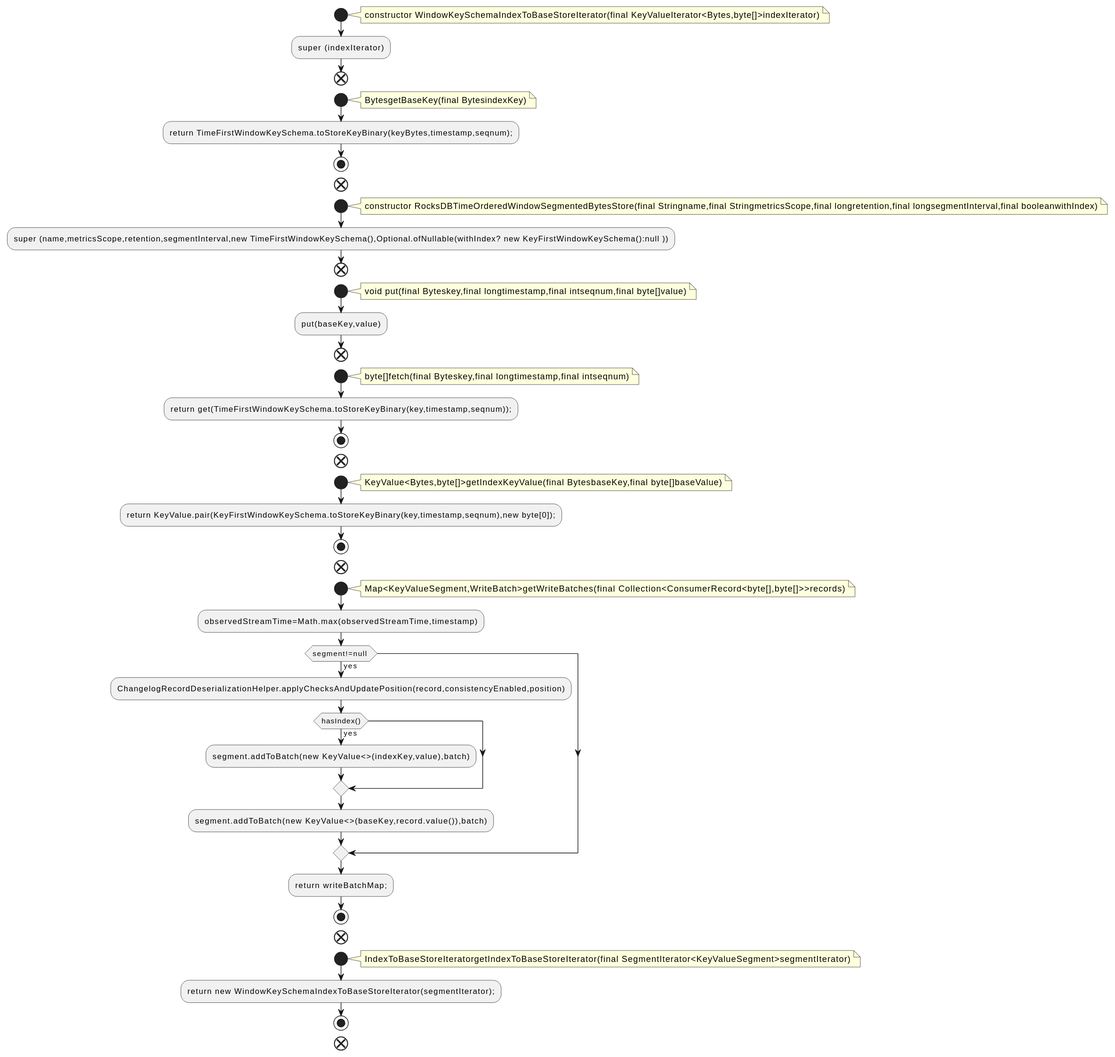
Above: docs/qc/streams/src/main/java/org/apache/kafka/streams/state/internals/RocksDBTimeOrderedWindowSegmentedBytesStore.java.fct.svg in qualitesys/kafka (PlantUML), before the change. Source of this version:
```plantuml
@startuml
!pragma layout smetana
start
note right
constructor WindowKeySchemaIndexToBaseStoreIterator(final KeyValueIterator<Bytes,byte[]>indexIterator)
end note
:super (indexIterator);
end
start
note right
BytesgetBaseKey(final BytesindexKey)
end note
:return TimeFirstWindowKeySchema.toStoreKeyBinary(keyBytes,timestamp,seqnum);;
stop
end
start
note right
constructor RocksDBTimeOrderedWindowSegmentedBytesStore(final Stringname,final StringmetricsScope,final longretention,final longsegmentInterval,final booleanwithIndex)
end note
:super (name,metricsScope,retention,segmentInterval,new TimeFirstWindowKeySchema(),Optional.ofNullable(withIndex? new KeyFirstWindowKeySchema():null ));
end
start
note right
void put(final Byteskey,final longtimestamp,final intseqnum,final byte[]value)
end note
:put(baseKey,value);
end
start
note right
byte[]fetch(final Byteskey,final longtimestamp,final intseqnum)
end note
:return get(TimeFirstWindowKeySchema.toStoreKeyBinary(key,timestamp,seqnum));;
stop
end
start
note right
KeyValue<Bytes,byte[]>getIndexKeyValue(final BytesbaseKey,final byte[]baseValue)
end note
:return KeyValue.pair(KeyFirstWindowKeySchema.toStoreKeyBinary(key,timestamp,seqnum),new byte[0]);;
stop
end
start
note right
Map<KeyValueSegment,WriteBatch>getWriteBatches(final Collection<ConsumerRecord<byte[],byte[]>>records)
end note
:observedStreamTime=Math.max(observedStreamTime,timestamp);
if (segment!=null ) then (yes)
:ChangelogRecordDeserializationHelper.applyChecksAndUpdatePosition(record,consistencyEnabled,position);
if (hasIndex()) then (yes)
:segment.addToBatch(new KeyValue<>(indexKey,value),batch);
endif
:segment.addToBatch(new KeyValue<>(baseKey,record.value()),batch);
endif
:return writeBatchMap;;
stop
end
start
note right
IndexToBaseStoreIteratorgetIndexToBaseStoreIterator(final SegmentIterator<KeyValueSegment>segmentIterator)
end note
:return new WindowKeySchemaIndexToBaseStoreIterator(segmentIterator);;
stop
end
@enduml
```
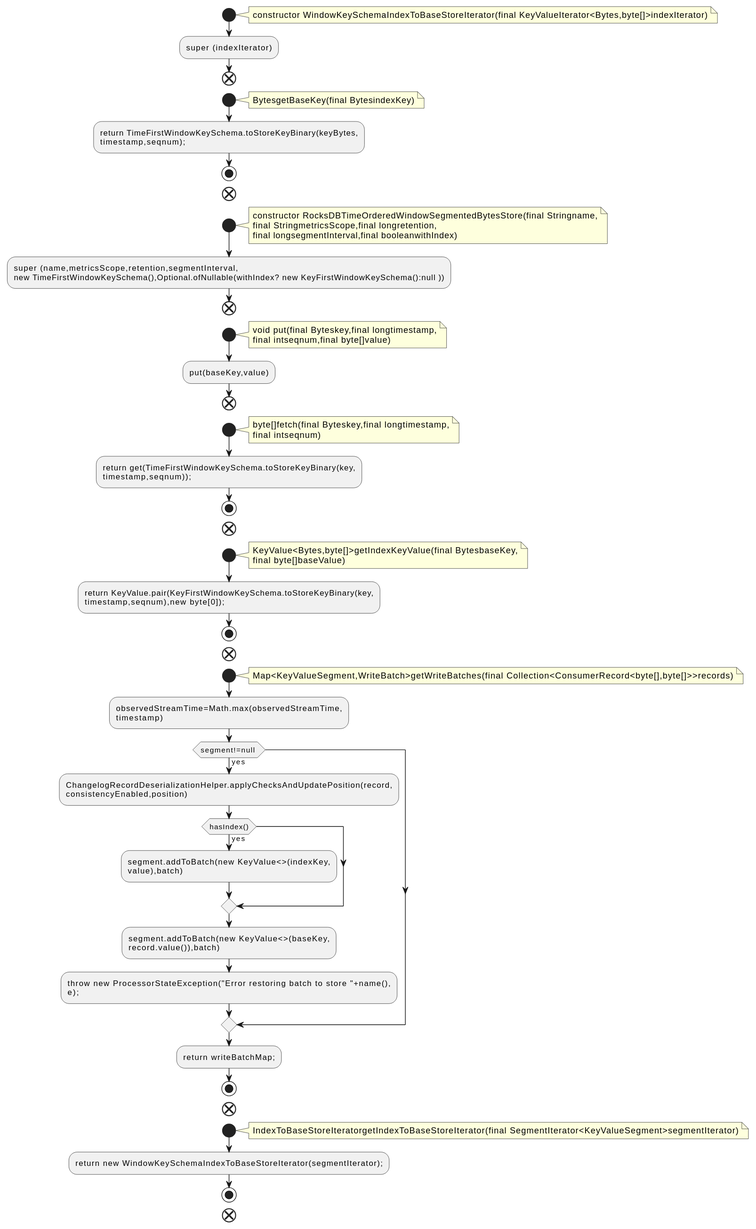
The same file after the commit.

Diff of the diagram source:
```diff
@@ -10,46 +10,61 @@
 note right
 BytesgetBaseKey(final BytesindexKey)
 end note
-:return TimeFirstWindowKeySchema.toStoreKeyBinary(keyBytes,timestamp,seqnum);;
+:return TimeFirstWindowKeySchema.toStoreKeyBinary(keyBytes,
+timestamp,seqnum);;
 stop
 end
 start
 note right
-constructor RocksDBTimeOrderedWindowSegmentedBytesStore(final Stringname,final StringmetricsScope,final longretention,final longsegmentInterval,final booleanwithIndex)
+constructor RocksDBTimeOrderedWindowSegmentedBytesStore(final Stringname,
+final StringmetricsScope,final longretention,
+final longsegmentInterval,final booleanwithIndex)
 end note
-:super (name,metricsScope,retention,segmentInterval,new TimeFirstWindowKeySchema(),Optional.ofNullable(withIndex? new KeyFirstWindowKeySchema():null ));
+:super (name,metricsScope,retention,segmentInterval,
+new TimeFirstWindowKeySchema(),Optional.ofNullable(withIndex? new KeyFirstWindowKeySchema():null ));
 end
 start
 note right
-void put(final Byteskey,final longtimestamp,final intseqnum,final byte[]value)
+void put(final Byteskey,final longtimestamp,
+final intseqnum,final byte[]value)
 end note
 :put(baseKey,value);
 end
 start
 note right
-byte[]fetch(final Byteskey,final longtimestamp,final intseqnum)
+byte[]fetch(final Byteskey,final longtimestamp,
+final intseqnum)
 end note
-:return get(TimeFirstWindowKeySchema.toStoreKeyBinary(key,timestamp,seqnum));;
+:return get(TimeFirstWindowKeySchema.toStoreKeyBinary(key,
+timestamp,seqnum));;
 stop
 end
 start
 note right
-KeyValue<Bytes,byte[]>getIndexKeyValue(final BytesbaseKey,final byte[]baseValue)
+KeyValue<Bytes,byte[]>getIndexKeyValue(final BytesbaseKey,
+final byte[]baseValue)
 end note
-:return KeyValue.pair(KeyFirstWindowKeySchema.toStoreKeyBinary(key,timestamp,seqnum),new byte[0]);;
+:return KeyValue.pair(KeyFirstWindowKeySchema.toStoreKeyBinary(key,
+timestamp,seqnum),new byte[0]);;
 stop
 end
 start
 note right
 Map<KeyValueSegment,WriteBatch>getWriteBatches(final Collection<ConsumerRecord<byte[],byte[]>>records)
 end note
-:observedStreamTime=Math.max(observedStreamTime,timestamp);
+:observedStreamTime=Math.max(observedStreamTime,
+timestamp);
 if (segment!=null ) then (yes)
-:ChangelogRecordDeserializationHelper.applyChecksAndUpdatePosition(record,consistencyEnabled,position);
+:ChangelogRecordDeserializationHelper.applyChecksAndUpdatePosition(record,
+consistencyEnabled,position);
 if (hasIndex()) then (yes)
-:segment.addToBatch(new KeyValue<>(indexKey,value),batch);
+:segment.addToBatch(new KeyValue<>(indexKey,
+value),batch);
 endif
-:segment.addToBatch(new KeyValue<>(baseKey,record.value()),batch);
+:segment.addToBatch(new KeyValue<>(baseKey,
+record.value()),batch);
+:throw new ProcessorStateException("Error restoring batch to store "+name(),
+e);;
 endif
 :return writeBatchMap;;
 stop
```
